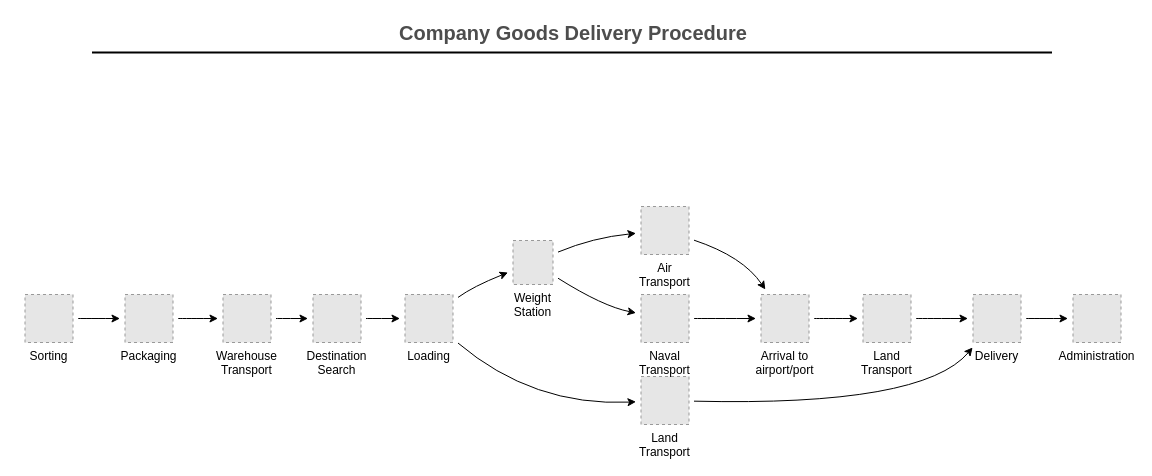
Before: Diagrama sin título.drawio in karlosc7/Ingenier-aSoftware, a draw.io diagram. Source tidied: cells renumbered, new cells numbered last; positions are measured from the earlier drawing's top-left corner, leaving out a move shared by most shapes. Both pictures are drawn from the tidied source at 100%, with x=0, y=0 at pixel (24, 17). Pictures stored in the file or linked from it are replaced by grey dashed boxes.
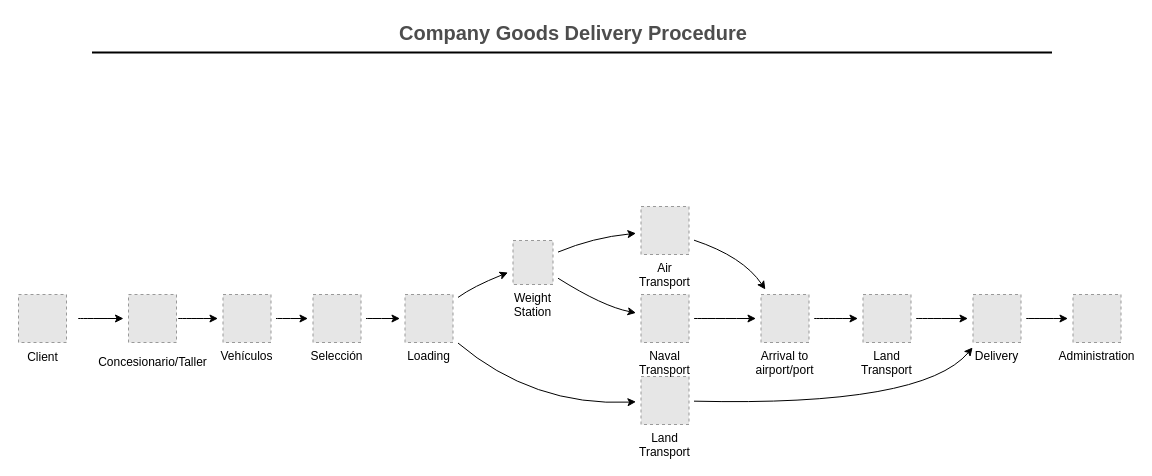
The same diagram, later.

What changed in the source:
```diff
@@
-    <mxCell id="3" value="Warehouse&#10;Transport" style="fillColor=#E6E6E6;strokeColor=#999999;dashed=1;verticalLabelPosition=bottom;verticalAlign=top;" parent="1" vertex="1">
+    <mxCell id="3" value="Vehículos" style="fillColor=#E6E6E6;strokeColor=#999999;dashed=1;verticalLabelPosition=bottom;verticalAlign=top;" parent="1" vertex="1">
       <mxGeometry x="198.5" y="277" width="48" height="48" as="geometry" />
     </mxCell>
-    <mxCell id="4" style="jettySize=auto;html=1;curved=1;sourcePerimeterSpacing=5;targetPerimeterSpacing=5;" parent="1" edge="1" source="5" target="14">
-      <mxGeometry relative="1" as="geometry" />
+    <mxCell id="4" style="jettySize=auto;html=1;curved=1;sourcePerimeterSpacing=5;targetPerimeterSpacing=5;" parent="1" edge="1" target="33">
+      <mxGeometry relative="1" as="geometry">
+        <mxPoint x="53.5" y="301" as="sourcePoint" />
+      </mxGeometry>
     </mxCell>
-    <mxCell id="5" value="Sorting" style="fillColor=#E6E6E6;strokeColor=#999999;dashed=1;verticalLabelPosition=bottom;verticalAlign=top;" parent="1" vertex="1">
-      <mxGeometry x="0.5" y="277" width="48" height="48" as="geometry" />
-    </mxCell>
@@
-    <mxCell id="13" style="jettySize=auto;html=1;curved=1;sourcePerimeterSpacing=5;targetPerimeterSpacing=5;" parent="1" edge="1" source="14" target="3">
-      <mxGeometry relative="1" as="geometry" />
+    <mxCell id="13" style="jettySize=auto;html=1;curved=1;sourcePerimeterSpacing=5;targetPerimeterSpacing=5;" parent="1" edge="1" target="3">
+      <mxGeometry relative="1" as="geometry">
+        <mxPoint x="153.5" y="301" as="sourcePoint" />
+      </mxGeometry>
     </mxCell>
-    <mxCell id="14" value="Packaging" style="fillColor=#E6E6E6;strokeColor=#999999;dashed=1;verticalLabelPosition=bottom;verticalAlign=top;" parent="1" vertex="1">
-      <mxGeometry x="100.5" y="277" width="48" height="48" as="geometry" />
-    </mxCell>
@@
-    <mxCell id="16" value="Destination&#10;Search" style="fillColor=#E6E6E6;strokeColor=#999999;dashed=1;verticalLabelPosition=bottom;verticalAlign=top;" parent="1" vertex="1">
+    <mxCell id="16" value="Selección" style="fillColor=#E6E6E6;strokeColor=#999999;dashed=1;verticalLabelPosition=bottom;verticalAlign=top;" parent="1" vertex="1">
       <mxGeometry x="288.5" y="277" width="48" height="48" as="geometry" />
     </mxCell>
@@
+    <mxCell id="31" style="fillColor=#E6E6E6;strokeColor=#999999;dashed=1;verticalLabelPosition=bottom;verticalAlign=top;" parent="1" vertex="1">
+      <mxGeometry x="-6" y="277" width="48" height="48" as="geometry" />
+    </mxCell>
+    <mxCell id="32" value="Client" style="text;html=1;align=center;verticalAlign=middle;strokeColor=none;fillColor=none;" parent="1" vertex="1">
+      <mxGeometry x="-7" y="325" width="50" height="30" as="geometry" />
+    </mxCell>
+    <mxCell id="33" style="fillColor=#E6E6E6;strokeColor=#999999;dashed=1;verticalLabelPosition=bottom;verticalAlign=top;" parent="1" vertex="1">
+      <mxGeometry x="104" y="277" width="48" height="48" as="geometry" />
+    </mxCell>
+    <mxCell id="34" value="Concesionario/Taller" style="text;html=1;align=center;verticalAlign=middle;strokeColor=none;fillColor=none;" parent="1" vertex="1">
+      <mxGeometry x="63" y="330" width="130" height="30" as="geometry" />
+    </mxCell>
```
